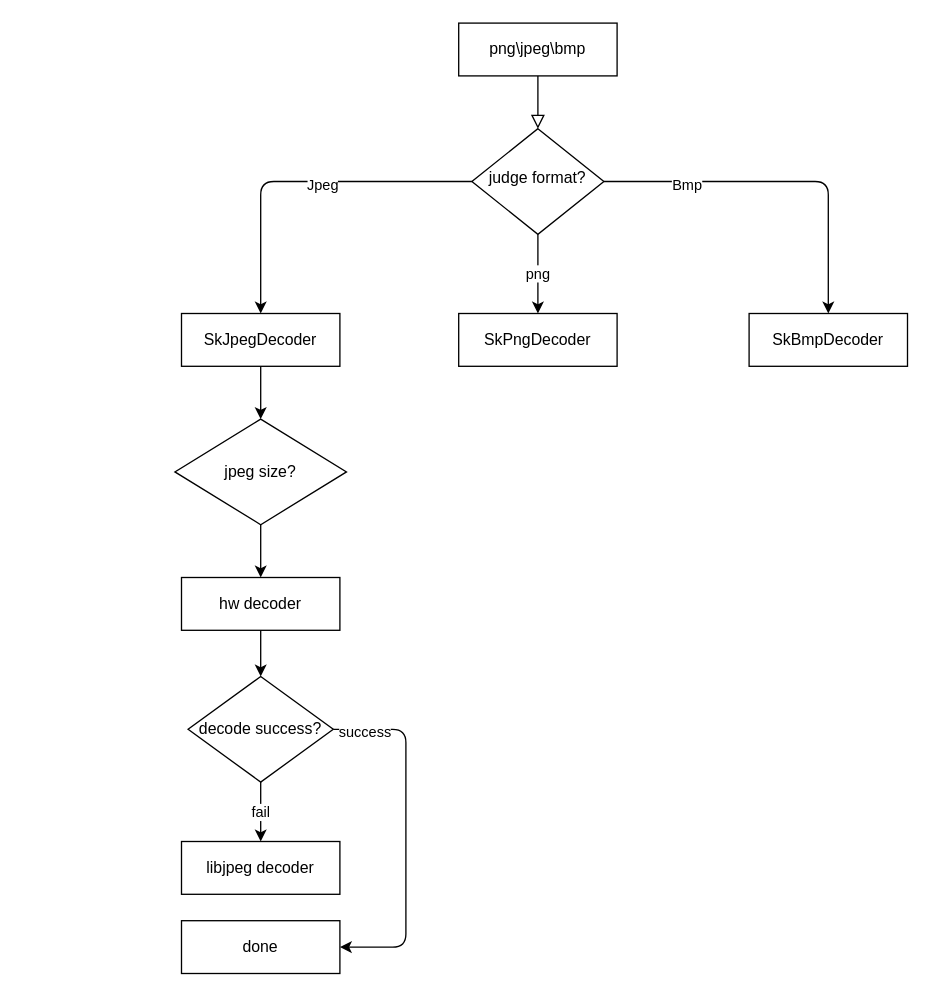
ccfriend/ccfriend.github.io keeps this draw.io diagram as page "skia" (1 of 2) of source/_posts/Untitled Diagram.drawio. Above is the earlier version. Source tidied: cells renumbered, new cells numbered last; positions are measured from the earlier drawing's top-left corner, leaving out a move shared by most shapes. Both pictures are drawn from the tidied source at 132%, with x=0, y=0 at pixel (174, 22).
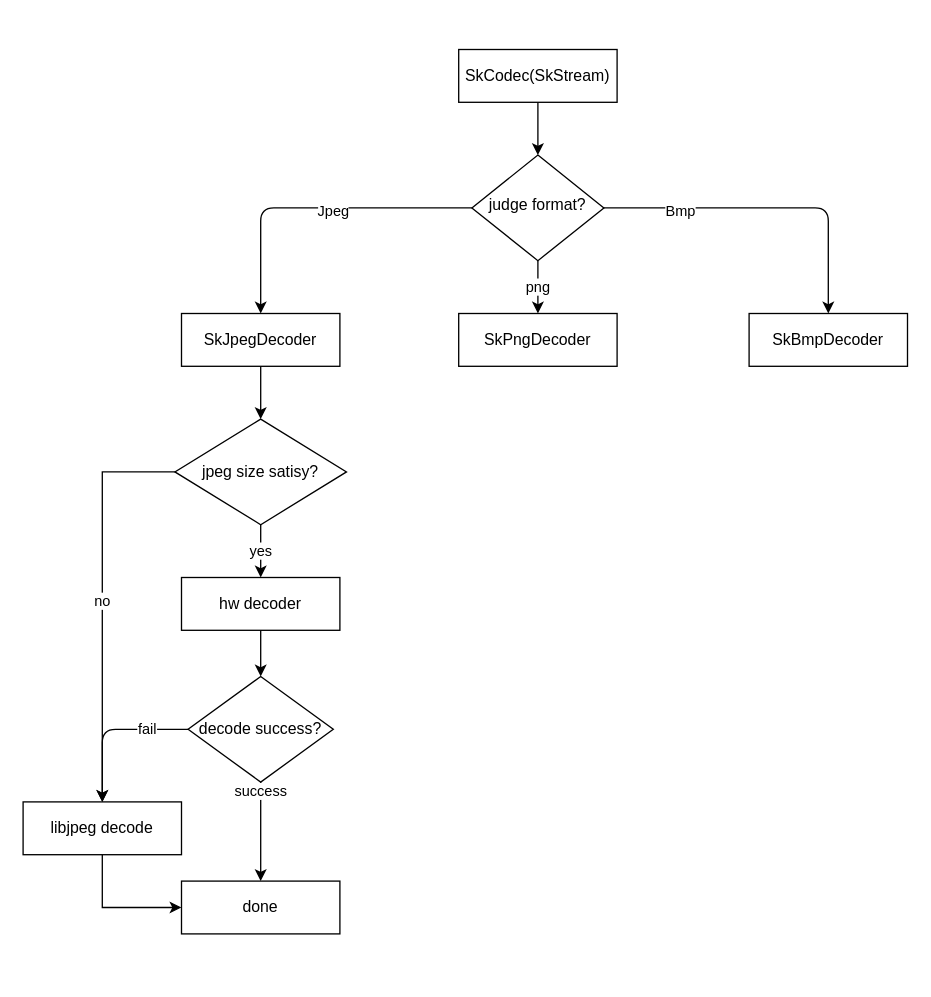
Above is the later version.

The change refers to these unchanged cells:
```xml
<mxCell id="17" value="hw decoder" style="rounded=0;whiteSpace=wrap;html=1;fontSize=12;glass=0;strokeWidth=1;shadow=0;" parent="1" vertex="1">
  <mxGeometry x="5" y="420" width="120" height="40" as="geometry" />
</mxCell>
<mxCell id="21" value="decode success?" style="rhombus;whiteSpace=wrap;html=1;rounded=0;sketch=0;" parent="1" vertex="1">
  <mxGeometry x="10" y="495" width="110" height="80" as="geometry" />
</mxCell>
```

Diff of the diagram source:
```diff
@@
-    <mxCell id="2" style="rounded=0;html=1;jettySize=auto;fontSize=11;endArrow=block;endFill=0;endSize=8;strokeWidth=1;shadow=0;labelBackgroundColor=none;edgeStyle=orthogonalEdgeStyle;" parent="1" edge="1" source="3" target="9">
+    <mxCell id="2" style="edgeStyle=orthogonalEdgeStyle;rounded=0;jettySize=auto;html=1;entryX=0.5;entryY=0;entryDx=0;entryDy=0;" parent="1" edge="1" source="3" target="9">
       <mxGeometry relative="1" as="geometry" />
     </mxCell>
-    <mxCell id="3" value="png\jpeg\bmp" style="rounded=0;whiteSpace=wrap;html=1;fontSize=12;glass=0;strokeWidth=1;shadow=0;" parent="1" vertex="1">
-      <mxGeometry x="215" width="120" height="40" as="geometry" />
+    <mxCell id="3" value="SkCodec(SkStream)" style="rounded=0;whiteSpace=wrap;html=1;fontSize=12;glass=0;strokeWidth=1;shadow=0;" parent="1" vertex="1">
+      <mxGeometry x="215" y="20" width="120" height="40" as="geometry" />
     </mxCell>
@@
     <mxCell id="9" value="judge format?" style="rhombus;whiteSpace=wrap;html=1;shadow=0;fontFamily=Helvetica;fontSize=12;align=center;strokeWidth=1;spacing=6;spacingTop=-4;rounded=0;" parent="1" vertex="1">
-      <mxGeometry x="225" y="80" width="100" height="80" as="geometry" />
+      <mxGeometry x="225" y="100" width="100" height="80" as="geometry" />
     </mxCell>
@@
-    <mxCell id="14" style="edgeStyle=orthogonalEdgeStyle;curved=0;rounded=1;sketch=0;jettySize=auto;html=1;" parent="1" edge="1" source="15" target="17">
+    <mxCell id="14" value="yes" style="edgeStyle=orthogonalEdgeStyle;curved=0;rounded=1;sketch=0;jettySize=auto;html=1;" parent="1" edge="1" source="15" target="17">
       <mxGeometry relative="1" as="geometry" />
     </mxCell>
+    <mxCell id="24" value="no" style="edgeStyle=orthogonalEdgeStyle;rounded=0;jettySize=auto;html=1;exitX=0;exitY=0.5;exitDx=0;exitDy=0;" parent="1" edge="1" source="15" target="22">
+      <mxGeometry relative="1" as="geometry" />
+    </mxCell>
-    <mxCell id="15" value="jpeg size?" style="rhombus;whiteSpace=wrap;html=1;rounded=0;sketch=0;" parent="1" vertex="1">
+    <mxCell id="15" value="jpeg size satisy?" style="rhombus;whiteSpace=wrap;html=1;rounded=0;sketch=0;" parent="1" vertex="1">
       <mxGeometry y="300" width="130" height="80" as="geometry" />
     </mxCell>
@@
     <mxCell id="18" value="fail" style="edgeStyle=orthogonalEdgeStyle;curved=0;rounded=1;sketch=0;jettySize=auto;html=1;entryX=0.5;entryY=0;entryDx=0;entryDy=0;" parent="1" edge="1" source="21" target="22">
-      <mxGeometry relative="1" as="geometry" />
+      <mxGeometry x="-0.49" relative="1" as="geometry" />
     </mxCell>
-    <mxCell id="19" style="edgeStyle=orthogonalEdgeStyle;curved=0;rounded=1;sketch=0;jettySize=auto;html=1;entryX=1;entryY=0.5;entryDx=0;entryDy=0;" parent="1" edge="1" source="21" target="23">
+    <mxCell id="19" style="edgeStyle=orthogonalEdgeStyle;curved=0;rounded=1;sketch=0;jettySize=auto;html=1;entryX=0.5;entryY=0;entryDx=0;entryDy=0;" parent="1" edge="1" source="21" target="23">
       <mxGeometry relative="1" as="geometry">
         <Array as="points">
-          <mxPoint x="175" y="535" />
-          <mxPoint x="175" y="700" />
+          <mxPoint x="65" y="610" />
+          <mxPoint x="65" y="610" />
         </Array>
       </mxGeometry>
     </mxCell>
@@
+    <mxCell id="25" style="edgeStyle=orthogonalEdgeStyle;rounded=0;jettySize=auto;html=1;entryX=0;entryY=0.5;entryDx=0;entryDy=0;" parent="1" edge="1" source="22" target="23">
+      <mxGeometry relative="1" as="geometry" />
+    </mxCell>
-    <mxCell id="22" value="libjpeg decoder" style="rounded=0;whiteSpace=wrap;html=1;fontSize=12;glass=0;strokeWidth=1;shadow=0;" parent="1" vertex="1">
-      <mxGeometry x="5" y="620" width="120" height="40" as="geometry" />
+    <mxCell id="22" value="libjpeg decode" style="rounded=0;whiteSpace=wrap;html=1;fontSize=12;glass=0;strokeWidth=1;shadow=0;" parent="1" vertex="1">
+      <mxGeometry x="-115" y="590" width="120" height="40" as="geometry" />
     </mxCell>
     <mxCell id="23" value="done" style="rounded=0;whiteSpace=wrap;html=1;fontSize=12;glass=0;strokeWidth=1;shadow=0;" parent="1" vertex="1">
-      <mxGeometry x="5" y="680" width="120" height="40" as="geometry" />
+      <mxGeometry x="5" y="650" width="120" height="40" as="geometry" />
     </mxCell>
```
